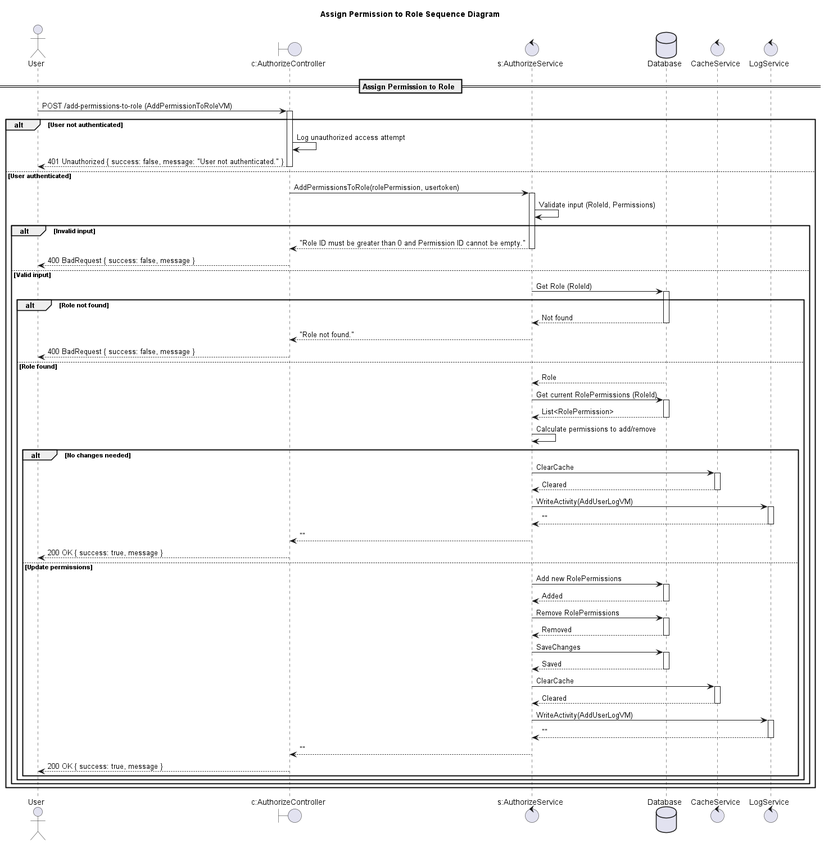
conghoan1211/AI-Kiosk-Testing-system keeps this PlantUML diagram as design/out/assignpermissiontorolesequencediagram/assignpermissiontorolesequencediagram.png. Above is the earlier version.
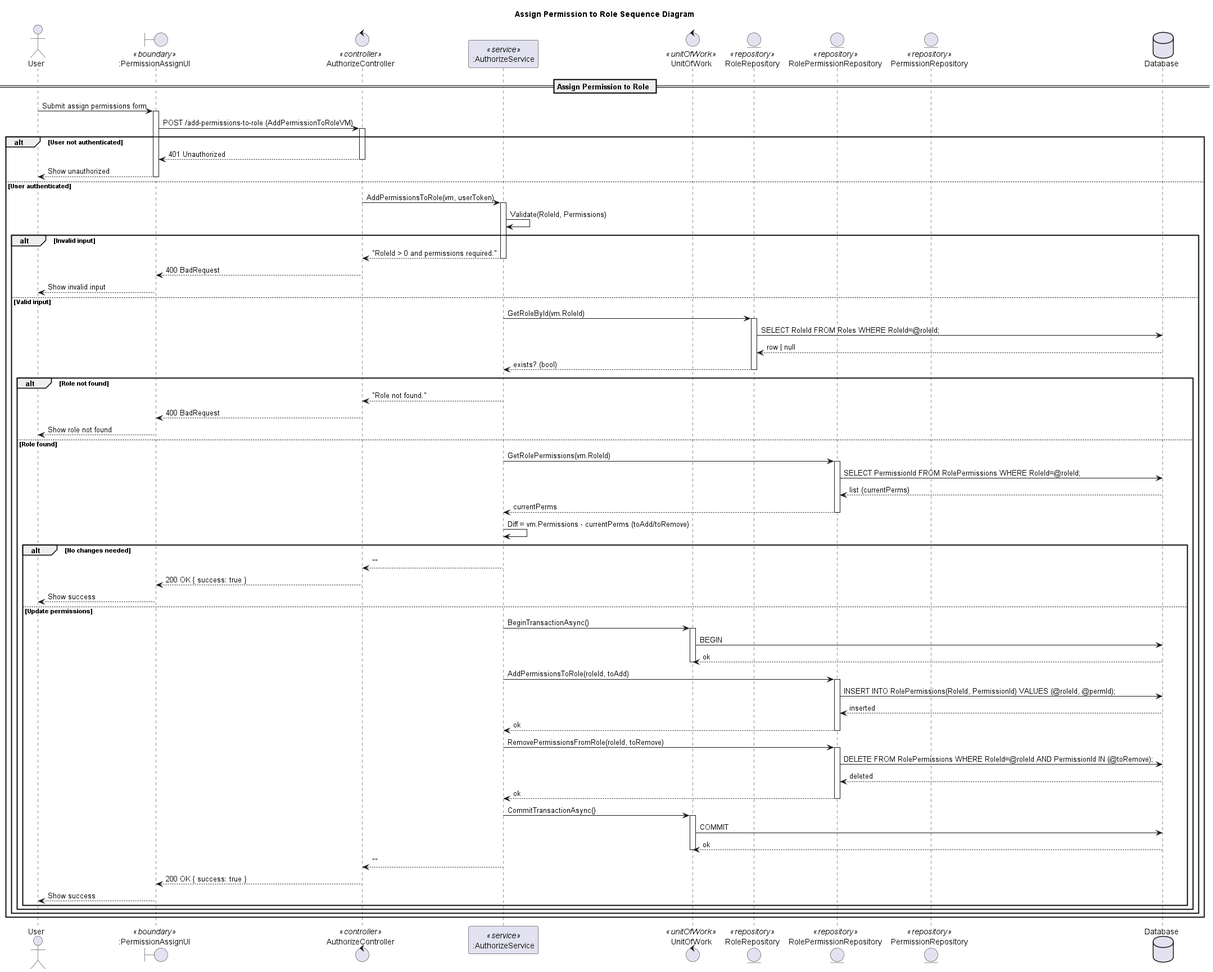
Later version of the same file.

Diff of the diagram source:
```diff
@@ -1,92 +1,109 @@
 @startuml
-
 title Assign Permission to Role Sequence Diagram
 
 actor "User" as Client
-boundary "c:AuthorizeController" as Controller
-control "s:AuthorizeService" as Service
+boundary ":PermissionAssignUI" as UI <<boundary>>
+control "AuthorizeController" as Controller <<controller>>
+participant ":AuthorizeService" as Service <<service>>
+control "UnitOfWork" as UoW <<unitOfWork>>
+
+entity "RoleRepository" as RoleRepo <<repository>>
+entity "RolePermissionRepository" as RolePermRepo <<repository>>
+entity "PermissionRepository" as PermissionRepo <<repository>>
+
 database "Database" as DB
-control "CacheService" as Cache
-control "LogService" as Log
 
 == Assign Permission to Role ==
 
-Client -> Controller: POST /add-permissions-to-role (AddPermissionToRoleVM)
+Client -> UI: Submit assign permissions form
+activate UI
+UI -> Controller: POST /add-permissions-to-role (AddPermissionToRoleVM)
 activate Controller
 
 alt User not authenticated
-    Controller -> Controller: Log unauthorized access attempt
-    Controller --> Client: 401 Unauthorized { success: false, message: "User not authenticated." }
+  Controller --> UI: 401 Unauthorized
+  deactivate Controller
+  UI --> Client: Show unauthorized
+  deactivate UI
+else User authenticated
+  Controller -> Service: AddPermissionsToRole(vm, userToken)
+  activate Service
+
+  Service -> Service: Validate(RoleId, Permissions)
+  alt Invalid input
+    Service --> Controller: "RoleId > 0 and permissions required."
+    deactivate Service
+    Controller --> UI: 400 BadRequest
     deactivate Controller
-else User authenticated
-    Controller -> Service: AddPermissionsToRole(rolePermission, usertoken)
-    activate Service
+    UI --> Client: Show invalid input
+    deactivate UI
+  else Valid input
+    Service -> RoleRepo: GetRoleById(vm.RoleId)
+    activate RoleRepo
+    RoleRepo -> DB: SELECT RoleId FROM Roles WHERE RoleId=@roleId;
+    DB --> RoleRepo: row | null
+    RoleRepo --> Service: exists? (bool)
+    deactivate RoleRepo
 
-    Service -> Service: Validate input (RoleId, Permissions)
-    alt Invalid input
-        Service --> Controller: "Role ID must be greater than 0 and Permission ID cannot be empty."
+    alt Role not found
+      Service --> Controller: "Role not found."
+      deactivate Service
+      Controller --> UI: 400 BadRequest
+      deactivate Controller
+      UI --> Client: Show role not found
+      deactivate UI
+    else Role found
+      Service -> RolePermRepo: GetRolePermissions(vm.RoleId)
+      activate RolePermRepo
+      RolePermRepo -> DB: SELECT PermissionId FROM RolePermissions WHERE RoleId=@roleId;
+      DB --> RolePermRepo: list (currentPerms)
+      RolePermRepo --> Service: currentPerms
+      deactivate RolePermRepo
+
+      Service -> Service: Diff = vm.Permissions - currentPerms (toAdd/toRemove)
+
+      alt No changes needed
+        Service --> Controller: ""
         deactivate Service
-        Controller --> Client: 400 BadRequest { success: false, message }
+        Controller --> UI: 200 OK { success: true }
         deactivate Controller
-    else Valid input
-        Service -> DB: Get Role (RoleId)
-        activate DB
-        alt Role not found
-            DB --> Service: Not found
-            deactivate DB
-            Service --> Controller: "Role not found."
-            deactivate Service
-            Controller --> Client: 400 BadRequest { success: false, message }
-            deactivate Controller
-        else Role found
-            DB --> Service: Role
-            deactivate DB
-            Service -> DB: Get current RolePermissions (RoleId)
-            activate DB
-            DB --> Service: List<RolePermission>
-            deactivate DB
-            Service -> Service: Calculate permissions to add/remove
-            alt No changes needed
-                Service -> Cache: ClearCache
-                activate Cache
-                Cache --> Service: Cleared
-                deactivate Cache
-                Service -> Log: WriteActivity(AddUserLogVM)
-                activate Log
-                Log --> Service: ""
-                deactivate Log
-                Service --> Controller: ""
-                deactivate Service
-                Controller --> Client: 200 OK { success: true, message }
-                deactivate Controller
-            else Update permissions
-                Service -> DB: Add new RolePermissions
-                activate DB
-                DB --> Service: Added
-                deactivate DB
-                Service -> DB: Remove RolePermissions
-                activate DB
-                DB --> Service: Removed
-                deactivate DB
-                Service -> DB: SaveChanges
-                activate DB
-                DB --> Service: Saved
-                deactivate DB
-                Service -> Cache: ClearCache
-                activate Cache
-                Cache --> Service: Cleared
-                deactivate Cache
-                Service -> Log: WriteActivity(AddUserLogVM)
-                activate Log
-                Log --> Service: ""
-                deactivate Log
-                Service --> Controller: ""
-                deactivate Service
-                Controller --> Client: 200 OK { success: true, message }
-                deactivate Controller
-            end alt
-        end alt
+        UI --> Client: Show success
+        deactivate UI
+      else Update permissions
+        Service -> UoW: BeginTransactionAsync()
+        activate UoW
+        UoW -> DB: BEGIN
+        DB --> UoW: ok
+        deactivate UoW
+
+        Service -> RolePermRepo: AddPermissionsToRole(roleId, toAdd)
+        activate RolePermRepo
+        RolePermRepo -> DB: INSERT INTO RolePermissions(RoleId, PermissionId) VALUES (@roleId, @permId);
+        DB --> RolePermRepo: inserted
+        RolePermRepo --> Service: ok
+        deactivate RolePermRepo
+
+        Service -> RolePermRepo: RemovePermissionsFromRole(roleId, toRemove)
+        activate RolePermRepo
+        RolePermRepo -> DB: DELETE FROM RolePermissions WHERE RoleId=@roleId AND PermissionId IN (@toRemove);
+        DB --> RolePermRepo: deleted
+        RolePermRepo --> Service: ok
+        deactivate RolePermRepo
+
+        Service -> UoW: CommitTransactionAsync()
+        activate UoW
+        UoW -> DB: COMMIT
+        DB --> UoW: ok
+        deactivate UoW
+
+        Service --> Controller: ""
+        deactivate Service
+        Controller --> UI: 200 OK { success: true }
+        deactivate Controller
+        UI --> Client: Show success
+        deactivate UI
+      end alt
     end alt
+  end alt
 end alt
-
 @enduml
```
